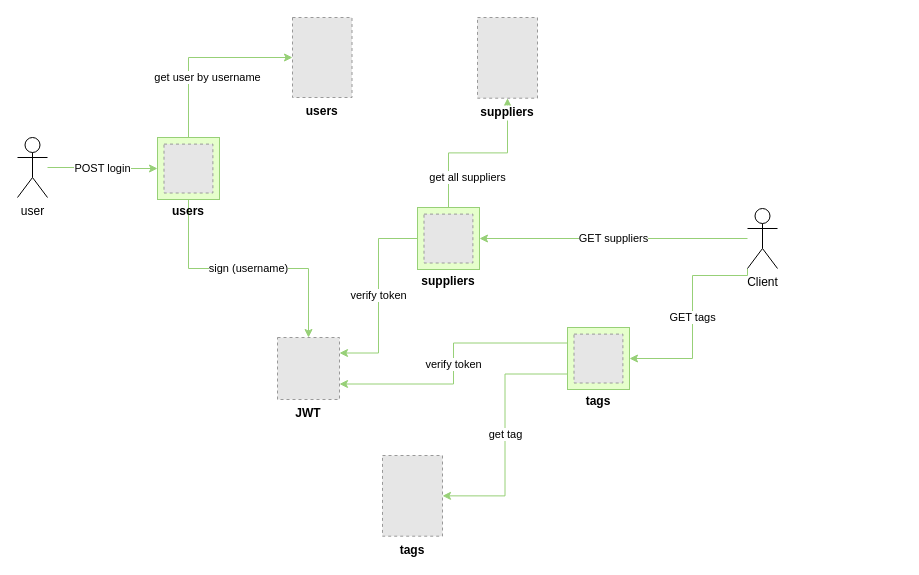
This is doc/aquitetura_node_js.drawio from Arsilva91/nodejs_trabalho_final_puc, a draw.io file, before an edit. Source tidied: cells renumbered, new cells numbered last; positions are measured from the earlier drawing's top-left corner, leaving out a move shared by most shapes. Both pictures are drawn from the tidied source at 100%, with x=0, y=0 at pixel (17, 17). Pictures stored in the file or linked from it are replaced by grey dashed boxes.
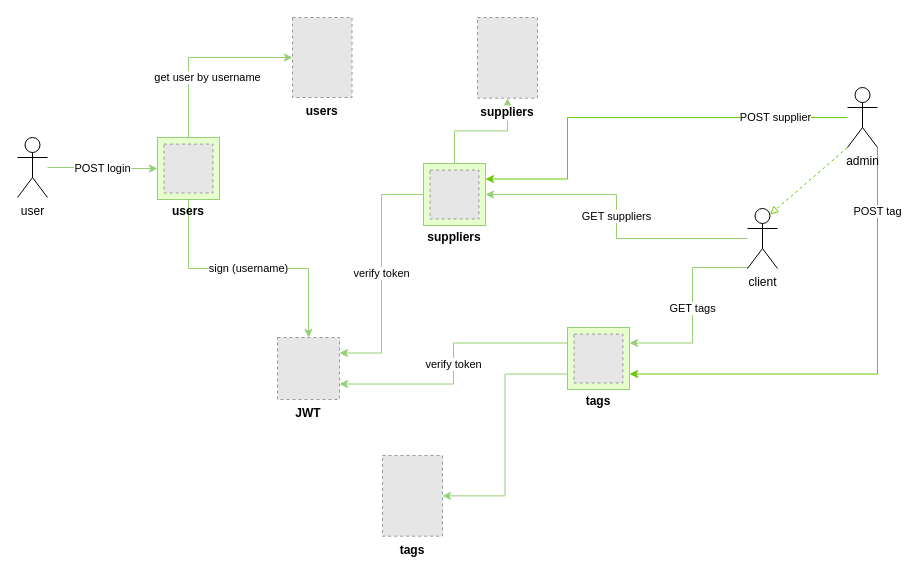
After the change.

Commit message (it also covers changes not shown here):
atualizado diagrama

Unchanged cells that the change refers to:
```xml
<mxCell id="15" value="suppliers" style="fillColor=#E6E6E6;strokeColor=#999999;dashed=1;verticalLabelPosition=bottom;labelBackgroundColor=default;verticalAlign=top;fontStyle=1;" parent="1" vertex="1">
  <mxGeometry x="460" width="60" height="80.7" as="geometry" />
</mxCell>
<mxCell id="16" value="tags" style="fillColor=#E6E6E6;strokeColor=#999999;dashed=1;verticalLabelPosition=bottom;labelBackgroundColor=default;verticalAlign=top;fontStyle=1;" parent="1" vertex="1">
  <mxGeometry x="365" y="438" width="60" height="80.7" as="geometry" />
</mxCell>
<mxCell id="18" value="suppliers" style="whiteSpace=wrap;html=1;strokeWidth=1;fillColor=#E6FFCC;strokeColor=#97D077;spacingTop=0;verticalAlign=top;labelPosition=center;verticalLabelPosition=bottom;align=center;spacing=0;fontStyle=1;" parent="17" vertex="1">
  <mxGeometry width="62" height="62" as="geometry" />
</mxCell>
<mxCell id="24" value="tags" style="whiteSpace=wrap;html=1;strokeWidth=1;fillColor=#E6FFCC;strokeColor=#97D077;spacingTop=0;verticalAlign=top;labelPosition=center;verticalLabelPosition=bottom;align=center;spacing=0;fontStyle=1;" parent="23" vertex="1">
  <mxGeometry width="62" height="62" as="geometry" />
</mxCell>
```

Change to the diagram source:
```diff
@@
-    <mxCell id="7" value="get all suppliers" style="edgeStyle=orthogonalEdgeStyle;rounded=0;jettySize=auto;html=1;exitX=0.5;exitY=0;exitDx=0;exitDy=0;entryX=0.5;entryY=1;entryDx=0;entryDy=0;strokeColor=#97D077;" parent="1" edge="1" source="18" target="15">
+    <mxCell id="7" style="edgeStyle=orthogonalEdgeStyle;rounded=0;jettySize=auto;html=1;exitX=0.5;exitY=0;exitDx=0;exitDy=0;entryX=0.5;entryY=1;entryDx=0;entryDy=0;strokeColor=#97D077;" parent="1" edge="1" source="18" target="15">
       <mxGeometry x="-0.64" y="-19" relative="1" as="geometry" />
     </mxCell>
@@
-    <mxCell id="10" value="GET tags" style="edgeStyle=orthogonalEdgeStyle;rounded=0;jettySize=auto;html=1;exitX=0;exitY=1;exitDx=0;exitDy=0;exitPerimeter=0;entryX=1;entryY=0.5;entryDx=0;entryDy=0;strokeColor=#97D077;" parent="1" edge="1" source="11" target="24">
+    <mxCell id="10" value="GET tags" style="edgeStyle=orthogonalEdgeStyle;rounded=0;jettySize=auto;html=1;exitX=0;exitY=1;exitDx=0;exitDy=0;exitPerimeter=0;entryX=1;entryY=0.25;entryDx=0;entryDy=0;strokeColor=#97D077;" parent="1" edge="1" source="11" target="24">
       <mxGeometry relative="1" as="geometry">
         <Array as="points">
-          <mxPoint x="675" y="258" />
-          <mxPoint x="675" y="341" />
+          <mxPoint x="730" y="250" />
+          <mxPoint x="675" y="250" />
+          <mxPoint x="675" y="326" />
         </Array>
       </mxGeometry>
     </mxCell>
+    <mxCell id="26" style="rounded=0;jettySize=auto;html=1;entryX=0.75;entryY=0.1;entryDx=0;entryDy=0;entryPerimeter=0;strokeColor=#66CC00;endArrow=block;endFill=0;exitX=0;exitY=1;exitDx=0;exitDy=0;exitPerimeter=0;dashed=1;" parent="1" edge="1" source="29" target="11">
+      <mxGeometry relative="1" as="geometry" />
+    </mxCell>
-    <mxCell id="11" value="Client" style="shape=umlActor;verticalLabelPosition=bottom;verticalAlign=top;html=1;" parent="1" vertex="1">
+    <mxCell id="11" value="client" style="shape=umlActor;verticalLabelPosition=bottom;verticalAlign=top;html=1;" parent="1" vertex="1">
       <mxGeometry x="730" y="191" width="30" height="60" as="geometry" />
     </mxCell>
-    <mxCell id="12" value="get tag" style="edgeStyle=orthogonalEdgeStyle;rounded=0;jettySize=auto;html=1;exitX=0;exitY=0.75;exitDx=0;exitDy=0;entryX=1;entryY=0.5;entryDx=0;entryDy=0;strokeColor=#97D077;" parent="1" edge="1" source="24" target="16">
+    <mxCell id="12" style="edgeStyle=orthogonalEdgeStyle;rounded=0;jettySize=auto;html=1;exitX=0;exitY=0.75;exitDx=0;exitDy=0;entryX=1;entryY=0.5;entryDx=0;entryDy=0;strokeColor=#97D077;" parent="1" edge="1" source="24" target="16">
       <mxGeometry relative="1" as="geometry" />
     </mxCell>
@@
     <mxCell id="17" style="group;fontStyle=0;" parent="1" vertex="1">
-      <mxGeometry x="400" y="190" width="62" height="62" as="geometry" />
+      <mxGeometry x="406" y="146" width="62" height="62" as="geometry" />
     </mxCell>
@@
+    <mxCell id="27" value="POST supplier" style="edgeStyle=orthogonalEdgeStyle;rounded=0;jettySize=auto;html=1;entryX=1;entryY=0.25;entryDx=0;entryDy=0;strokeColor=#66CC00;" parent="1" edge="1" source="29" target="18">
+      <mxGeometry x="-0.66" relative="1" as="geometry">
+        <Array as="points">
+          <mxPoint x="550" y="100" />
+          <mxPoint x="550" y="162" />
+          <mxPoint x="468" y="162" />
+        </Array>
+      </mxGeometry>
+    </mxCell>
+    <mxCell id="28" value="POST tag" style="edgeStyle=orthogonalEdgeStyle;rounded=0;jettySize=auto;html=1;exitX=1;exitY=1;exitDx=0;exitDy=0;exitPerimeter=0;entryX=1;entryY=0.75;entryDx=0;entryDy=0;strokeColor=#66CC00;" parent="1" edge="1" source="29" target="24">
+      <mxGeometry x="-0.73" relative="1" as="geometry">
+        <Array as="points">
+          <mxPoint x="860" y="356" />
+        </Array>
+      </mxGeometry>
+    </mxCell>
+    <mxCell id="29" value="admin" style="shape=umlActor;verticalLabelPosition=bottom;verticalAlign=top;html=1;" parent="1" vertex="1">
+      <mxGeometry x="830" y="70" width="30" height="60" as="geometry" />
+    </mxCell>
```
